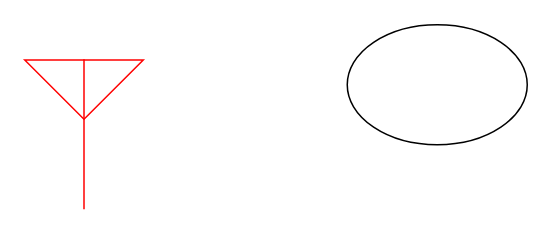
Above: 未命名绘图.drawio in zhanglin132/drawio-folder (draw.io), before the change. Source tidied: cells renumbered, new cells numbered last; positions are measured from the earlier drawing's top-left corner, leaving out a move shared by most shapes. Both pictures are drawn from the tidied source at 150%, with x=0, y=0 at pixel (24, 24).
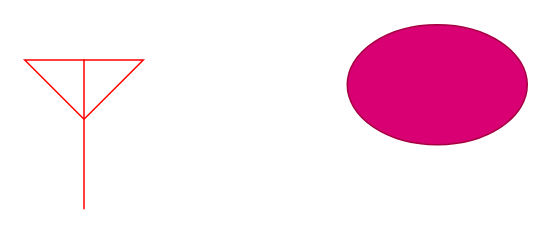
Above is the later version.

Commit message:
更新未命名绘图.drawio

Diff of the diagram source:
```diff
@@
 <mxGraphModel>
   <root>
     <mxCell id="0" />
     <mxCell id="1" parent="0" />
     <mxCell id="2" style="verticalLabelPosition=bottom;shadow=0;dashed=0;align=center;html=1;verticalAlign=top;shape=mxgraph.electrical.radio.aerial_-_antenna_2;fontSize=16;strokeColor=#FF0000;" parent="1" vertex="1">
       <mxGeometry y="23" width="79" height="100" as="geometry" />
     </mxCell>
-    <mxCell id="3" style="ellipse;whiteSpace=wrap;html=1;fontSize=16;" parent="1" vertex="1">
+    <mxCell id="3" style="ellipse;whiteSpace=wrap;html=1;fontSize=16;fillColor=#d80073;fontColor=#ffffff;strokeColor=#A50040;" parent="1" vertex="1">
       <mxGeometry x="215" width="120" height="80" as="geometry" />
     </mxCell>
   </root>
 </mxGraphModel>
```
